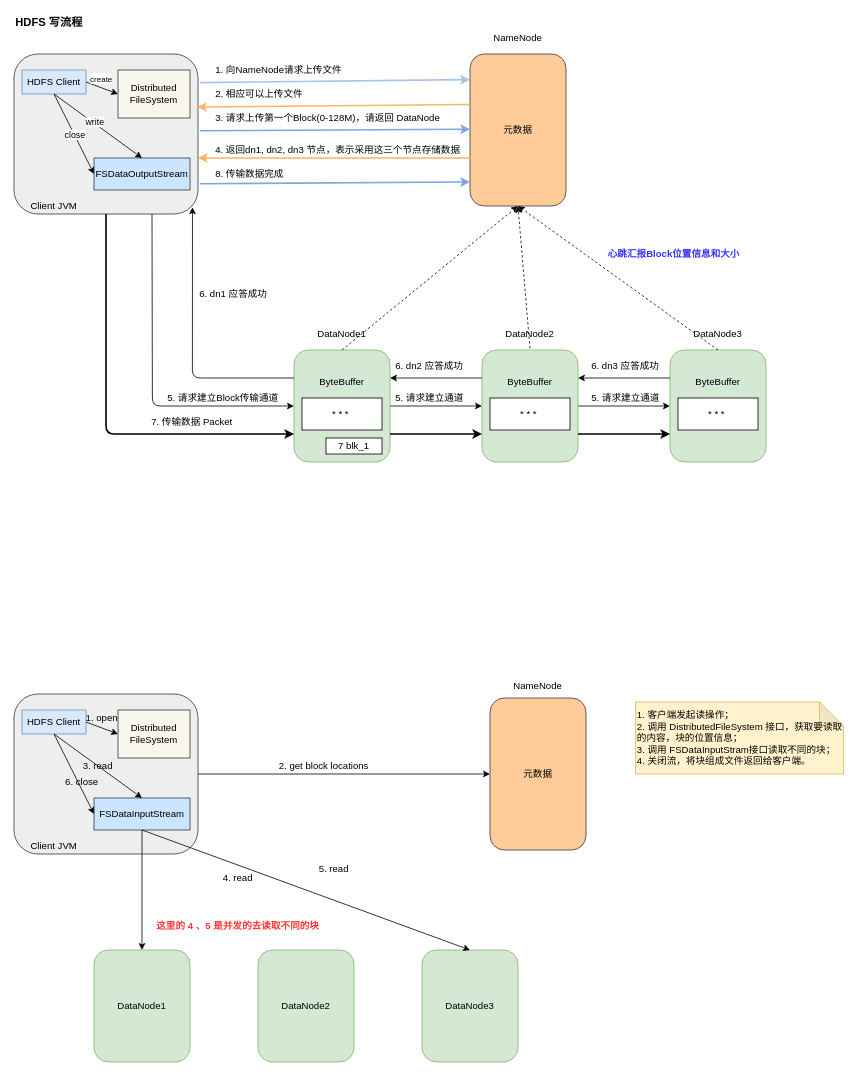
This is HDFS.drawio from zhangyuanyin/bigdata_chars, a draw.io file, before an edit. Source tidied: cells renumbered, new cells numbered last; positions are measured from the earlier drawing's top-left corner, leaving out a move shared by most shapes. Both pictures are drawn from the tidied source at 80%, with x=0, y=0 at pixel (14, 14).
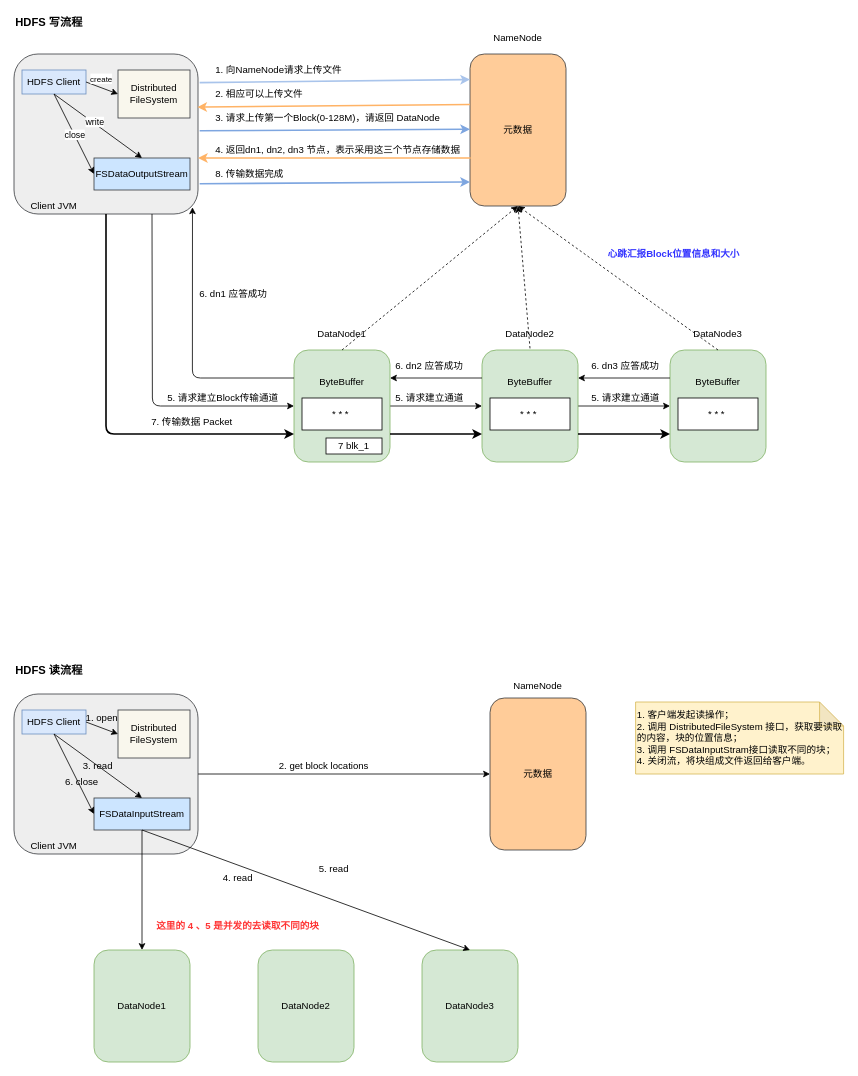
The same page after the edit.

The edit, as a diff of the source:
```diff
@@
+    <mxCell id="83" value="&lt;font style=&quot;font-size: 14px&quot;&gt;&lt;b&gt;HDFS 读流程&lt;/b&gt;&lt;/font&gt;" style="text;html=1;strokeColor=none;fillColor=none;align=left;verticalAlign=middle;whiteSpace=wrap;rounded=0;" parent="1" vertex="1">
+      <mxGeometry y="810" width="120" height="20" as="geometry" />
+    </mxCell>
```
